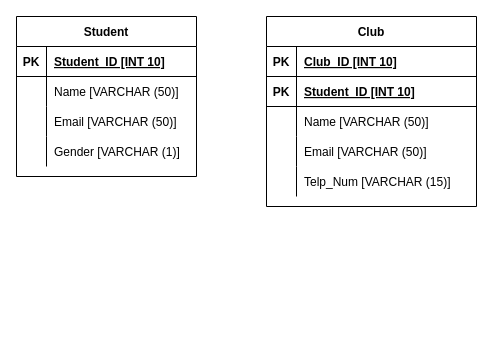
yumilor/yumilor keeps this draw.io diagram as page "Page-3" (3 of 3) of Untitled Diagram.drawio. Above is the earlier version. Source tidied: cells renumbered, new cells numbered last; positions are measured from the earlier drawing's top-left corner, leaving out a move shared by most shapes. Both pictures are drawn from the tidied source at 100%, with x=0, y=0 at pixel (16, 16).
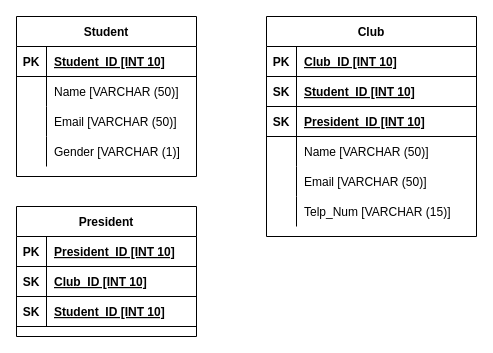
The same diagram, later.

The change refers to these unchanged cells:
```xml
<mxCell id="19" style="shape=tableRow;horizontal=0;startSize=0;swimlaneHead=0;swimlaneBody=0;fillColor=none;top=0;left=0;right=0;bottom=1;" parent="15" vertex="1">
  <mxGeometry y="60" width="210" height="30" as="geometry" />
</mxCell>
```

Change to the diagram source:
```diff
@@
     <mxCell id="15" value="Club" style="shape=table;startSize=30;childLayout=tableLayout;rowLines=0;fontStyle=1;align=center;" parent="1" vertex="1">
-      <mxGeometry x="250" width="210" height="190" as="geometry" />
+      <mxGeometry x="250" width="210" height="220" as="geometry" />
     </mxCell>
@@
-    <mxCell id="20" value="PK" style="shape=partialRectangle;fillColor=none;top=0;left=0;bottom=0;right=0;fontStyle=1;overflow=hidden;" parent="19" vertex="1">
+    <mxCell id="20" value="SK" style="shape=partialRectangle;fillColor=none;top=0;left=0;bottom=0;right=0;fontStyle=1;overflow=hidden;" parent="19" vertex="1">
       <mxGeometry width="30" height="30" as="geometry" />
     </mxCell>
@@
+    <mxCell id="31" style="shape=tableRow;horizontal=0;startSize=0;swimlaneHead=0;swimlaneBody=0;fillColor=none;top=0;left=0;right=0;bottom=1;" parent="15" vertex="1">
+      <mxGeometry y="90" width="210" height="30" as="geometry" />
+    </mxCell>
+    <mxCell id="32" value="SK" style="shape=partialRectangle;fillColor=none;top=0;left=0;bottom=0;right=0;fontStyle=1;overflow=hidden;" parent="31" vertex="1">
+      <mxGeometry width="30" height="30" as="geometry" />
+    </mxCell>
+    <mxCell id="33" value="President_ID [INT 10]" style="shape=partialRectangle;fillColor=none;top=0;left=0;bottom=0;right=0;align=left;spacingLeft=6;fontStyle=5;overflow=hidden;" parent="31" vertex="1">
+      <mxGeometry x="30" width="180" height="30" as="geometry" />
+    </mxCell>
     <mxCell id="22" style="shape=tableRow;horizontal=0;startSize=0;swimlaneHead=0;swimlaneBody=0;fillColor=none;top=0;left=0;right=0;bottom=0;" parent="15" vertex="1">
-      <mxGeometry y="90" width="210" height="30" as="geometry" />
+      <mxGeometry y="120" width="210" height="30" as="geometry" />
     </mxCell>
@@
     <mxCell id="25" style="shape=tableRow;horizontal=0;startSize=0;swimlaneHead=0;swimlaneBody=0;fillColor=none;top=0;left=0;right=0;bottom=0;" parent="15" vertex="1">
-      <mxGeometry y="120" width="210" height="30" as="geometry" />
+      <mxGeometry y="150" width="210" height="30" as="geometry" />
     </mxCell>
@@
     <mxCell id="28" style="shape=tableRow;horizontal=0;startSize=0;swimlaneHead=0;swimlaneBody=0;fillColor=none;top=0;left=0;right=0;bottom=0;" parent="15" vertex="1">
-      <mxGeometry y="150" width="210" height="30" as="geometry" />
+      <mxGeometry y="180" width="210" height="30" as="geometry" />
     </mxCell>
@@
+    <mxCell id="34" value="President" style="shape=table;startSize=30;childLayout=tableLayout;rowLines=0;fontStyle=1;align=center;" parent="1" vertex="1">
+      <mxGeometry y="190" width="180" height="130" as="geometry" />
+    </mxCell>
+    <mxCell id="35" style="shape=tableRow;horizontal=0;startSize=0;swimlaneHead=0;swimlaneBody=0;fillColor=none;top=0;left=0;right=0;bottom=1;" parent="34" vertex="1">
+      <mxGeometry y="30" width="180" height="30" as="geometry" />
+    </mxCell>
+    <mxCell id="36" value="PK" style="shape=partialRectangle;fillColor=none;top=0;left=0;bottom=0;right=0;fontStyle=1;overflow=hidden;" parent="35" vertex="1">
+      <mxGeometry width="30" height="30" as="geometry" />
+    </mxCell>
+    <mxCell id="37" value="President_ID [INT 10]" style="shape=partialRectangle;fillColor=none;top=0;left=0;bottom=0;right=0;align=left;spacingLeft=6;fontStyle=5;overflow=hidden;" parent="35" vertex="1">
+      <mxGeometry x="30" width="150" height="30" as="geometry" />
+    </mxCell>
+    <mxCell id="38" style="shape=tableRow;horizontal=0;startSize=0;swimlaneHead=0;swimlaneBody=0;fillColor=none;top=0;left=0;right=0;bottom=1;" parent="34" vertex="1">
+      <mxGeometry y="60" width="180" height="30" as="geometry" />
+    </mxCell>
+    <mxCell id="39" value="SK" style="shape=partialRectangle;fillColor=none;top=0;left=0;bottom=0;right=0;fontStyle=1;overflow=hidden;" parent="38" vertex="1">
+      <mxGeometry width="30" height="30" as="geometry" />
+    </mxCell>
+    <mxCell id="40" value="Club_ID [INT 10]" style="shape=partialRectangle;fillColor=none;top=0;left=0;bottom=0;right=0;align=left;spacingLeft=6;fontStyle=5;overflow=hidden;" parent="38" vertex="1">
+      <mxGeometry x="30" width="150" height="30" as="geometry" />
+    </mxCell>
+    <mxCell id="41" style="shape=tableRow;horizontal=0;startSize=0;swimlaneHead=0;swimlaneBody=0;fillColor=none;top=0;left=0;right=0;bottom=1;" parent="34" vertex="1">
+      <mxGeometry y="90" width="180" height="30" as="geometry" />
+    </mxCell>
+    <mxCell id="42" value="SK" style="shape=partialRectangle;fillColor=none;top=0;left=0;bottom=0;right=0;fontStyle=1;overflow=hidden;" parent="41" vertex="1">
+      <mxGeometry width="30" height="30" as="geometry" />
+    </mxCell>
+    <mxCell id="43" value="Student_ID [INT 10]" style="shape=partialRectangle;fillColor=none;top=0;left=0;bottom=0;right=0;align=left;spacingLeft=6;fontStyle=5;overflow=hidden;" parent="41" vertex="1">
+      <mxGeometry x="30" width="150" height="30" as="geometry" />
+    </mxCell>
```
